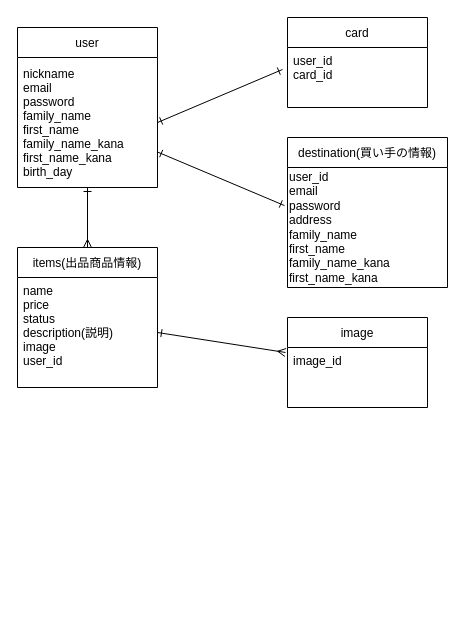
Before: test.dio in 14souta/furima-37332, a draw.io diagram. Source tidied: cells renumbered, new cells numbered last; positions are measured from the earlier drawing's top-left corner, leaving out a move shared by most shapes. Both pictures are drawn from the tidied source at 100%, with x=0, y=0 at pixel (17, 17).
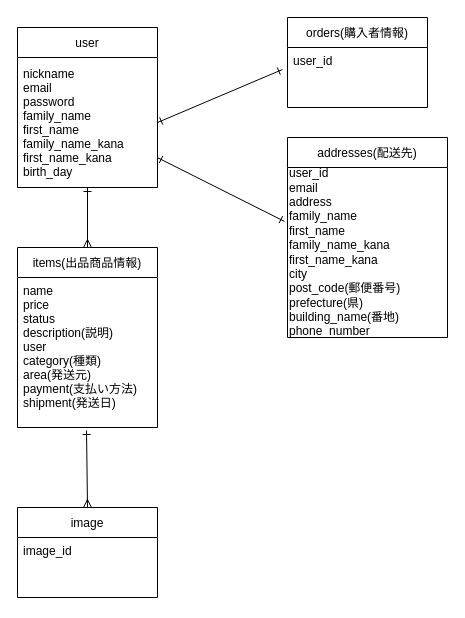
The same page after the edit.

Commit message (it also covers changes not shown here):
データベース設計修正１

What changed in the source:
```diff
@@
 <mxGraphModel>
   <root>
     <mxCell id="0" />
     <mxCell id="1" parent="0" />
     <mxCell id="2" value="user" style="swimlane;fontStyle=0;horizontal=1;startSize=30;" parent="1" vertex="1">
       <mxGeometry y="10" width="140" height="160" as="geometry" />
     </mxCell>
     <mxCell id="3" value="nickname&#10;email&#10;password&#10;family_name&#10;first_name&#10;family_name_kana&#10;first_name_kana&#10;birth_day" style="text;strokeColor=none;fillColor=none;align=left;verticalAlign=middle;spacingLeft=4;spacingRight=4;overflow=hidden;points=[[0,0.5],[1,0.5]];portConstraint=eastwest;" parent="2" vertex="1">
       <mxGeometry y="30" width="140" height="130" as="geometry" />
     </mxCell>
     <mxCell id="4" value="items(出品商品情報)" style="swimlane;fontStyle=0;horizontal=1;startSize=30;" parent="1" vertex="1">
-      <mxGeometry y="230" width="140" height="140" as="geometry" />
+      <mxGeometry y="230" width="140" height="180" as="geometry" />
     </mxCell>
-    <mxCell id="5" value="name&#10;price&#10;status&#10;description(説明)&#10;image&#10;user_id" style="text;strokeColor=none;fillColor=none;align=left;verticalAlign=top;spacingLeft=4;spacingRight=4;overflow=hidden;points=[[0,0.5],[1,0.5]];portConstraint=eastwest;" parent="4" vertex="1">
-      <mxGeometry y="30" width="140" height="110" as="geometry" />
+    <mxCell id="5" value="name&#10;price&#10;status&#10;description(説明)&#10;user&#10;category(種類)&#10;area(発送元)&#10;payment(支払い方法)&#10;shipment(発送日)&#10;&#10;&#10;&#10;" style="text;strokeColor=none;fillColor=none;align=left;verticalAlign=top;spacingLeft=4;spacingRight=4;overflow=hidden;points=[[0,0.5],[1,0.5]];portConstraint=eastwest;" parent="4" vertex="1">
+      <mxGeometry y="30" width="140" height="150" as="geometry" />
     </mxCell>
-    <mxCell id="6" value="card" style="swimlane;fontStyle=0;horizontal=1;startSize=30;" parent="1" vertex="1">
+    <mxCell id="6" value="orders(購入者情報)" style="swimlane;fontStyle=0;horizontal=1;startSize=30;" parent="1" vertex="1">
       <mxGeometry x="270" width="140" height="90" as="geometry" />
     </mxCell>
-    <mxCell id="7" value="user_id&#10;card_id" style="text;strokeColor=none;fillColor=none;align=left;verticalAlign=top;spacingLeft=4;spacingRight=4;overflow=hidden;points=[[0,0.5],[1,0.5]];portConstraint=eastwest;" parent="6" vertex="1">
+    <mxCell id="7" value="user_id&#10;" style="text;strokeColor=none;fillColor=none;align=left;verticalAlign=top;spacingLeft=4;spacingRight=4;overflow=hidden;points=[[0,0.5],[1,0.5]];portConstraint=eastwest;" parent="6" vertex="1">
       <mxGeometry y="30" width="140" height="60" as="geometry" />
     </mxCell>
     <mxCell id="8" value="image" style="swimlane;fontStyle=0;horizontal=1;startSize=30;" parent="1" vertex="1">
-      <mxGeometry x="270" y="300" width="140" height="90" as="geometry" />
+      <mxGeometry y="490" width="140" height="90" as="geometry" />
     </mxCell>
     <mxCell id="9" value="image_id" style="text;strokeColor=none;fillColor=none;align=left;verticalAlign=top;spacingLeft=4;spacingRight=4;overflow=hidden;points=[[0,0.5],[1,0.5]];portConstraint=eastwest;" parent="8" vertex="1">
       <mxGeometry y="30" width="140" height="60" as="geometry" />
     </mxCell>
-    <mxCell id="10" value="destination(買い手の情報)" style="swimlane;fontStyle=0;horizontal=1;startSize=30;" parent="1" vertex="1">
-      <mxGeometry x="270" y="120" width="160" height="150" as="geometry" />
+    <mxCell id="10" value="addresses(配送先)" style="swimlane;fontStyle=0;horizontal=1;startSize=30;" parent="1" vertex="1">
+      <mxGeometry x="270" y="120" width="160" height="200" as="geometry" />
     </mxCell>
-    <mxCell id="11" value="user_id&lt;br&gt;email&lt;br&gt;password&lt;br&gt;address&lt;br&gt;family_name&lt;br&gt;first_name&lt;br&gt;family_name_kana&lt;br&gt;first_name_kana&lt;br&gt;" style="text;html=1;align=left;verticalAlign=middle;points=[];strokeColor=none;fillColor=none;" parent="10" vertex="1">
-      <mxGeometry y="30" width="160" height="120" as="geometry" />
+    <mxCell id="11" value="user_id&lt;br&gt;email&lt;br&gt;address&lt;br&gt;family_name&lt;br&gt;first_name&lt;br&gt;family_name_kana&lt;br&gt;first_name_kana&lt;br&gt;city&lt;br&gt;post_code(郵便番号)&lt;br&gt;prefecture(県)&lt;br&gt;building_name(番地)&lt;br&gt;phone_number" style="text;html=1;align=left;verticalAlign=middle;points=[];strokeColor=none;fillColor=none;" parent="10" vertex="1">
+      <mxGeometry y="30" width="160" height="170" as="geometry" />
     </mxCell>
     <mxCell id="12" style="edgeStyle=none;html=1;entryX=-0.019;entryY=0.317;entryDx=0;entryDy=0;entryPerimeter=0;startArrow=ERone;startFill=0;endArrow=ERone;endFill=0;" parent="1" edge="1" source="3" target="11">
       <mxGeometry relative="1" as="geometry" />
     </mxCell>
     <mxCell id="13" style="edgeStyle=none;html=1;exitX=1;exitY=0.5;exitDx=0;exitDy=0;entryX=-0.036;entryY=0.367;entryDx=0;entryDy=0;entryPerimeter=0;startArrow=ERone;startFill=0;endArrow=ERone;endFill=0;" parent="1" edge="1" source="3" target="7">
       <mxGeometry relative="1" as="geometry" />
     </mxCell>
-    <mxCell id="14" style="edgeStyle=none;html=1;exitX=1;exitY=0.5;exitDx=0;exitDy=0;entryX=-0.014;entryY=0.083;entryDx=0;entryDy=0;entryPerimeter=0;startArrow=ERone;startFill=0;endArrow=ERmany;endFill=0;" parent="1" edge="1" source="5" target="9">
+    <mxCell id="14" style="edgeStyle=none;html=1;exitX=0.493;exitY=1.02;exitDx=0;exitDy=0;entryX=0.5;entryY=0;entryDx=0;entryDy=0;startArrow=ERone;startFill=0;endArrow=ERmany;endFill=0;exitPerimeter=0;" parent="1" edge="1" source="5" target="8">
       <mxGeometry relative="1" as="geometry" />
     </mxCell>
     <mxCell id="15" style="edgeStyle=none;html=1;entryX=0.5;entryY=0;entryDx=0;entryDy=0;startArrow=ERone;startFill=0;endArrow=ERmany;endFill=0;" parent="1" edge="1" source="3" target="4">
       <mxGeometry relative="1" as="geometry" />
     </mxCell>
   </root>
 </mxGraphModel>
```
